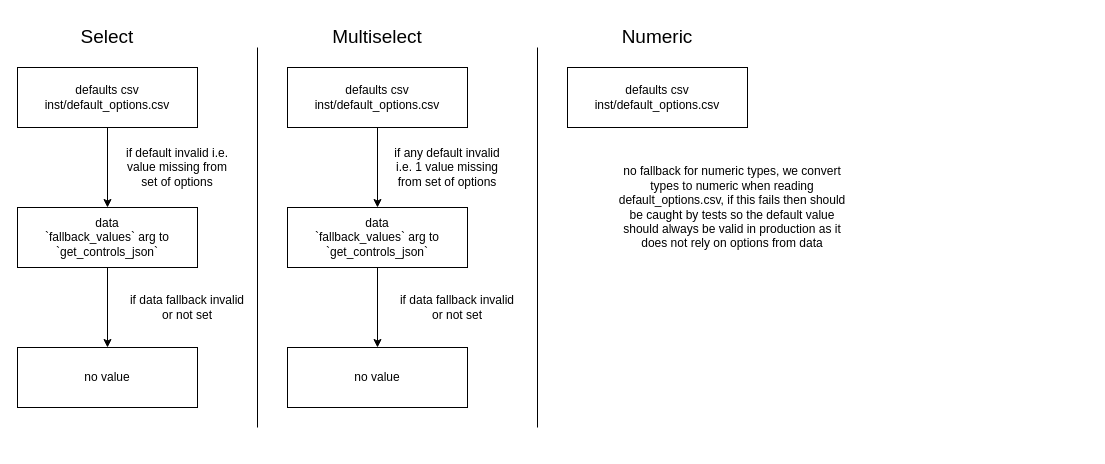
Earlier version of the draw.io diagram diagram/logic.drawio (mrc-ide/naomi.options). Source tidied: cells renumbered, new cells numbered last; positions are measured from the earlier drawing's top-left corner, leaving out a move shared by most shapes. Both pictures are drawn from the tidied source at 100%, with x=0, y=0 at pixel (17, 17).
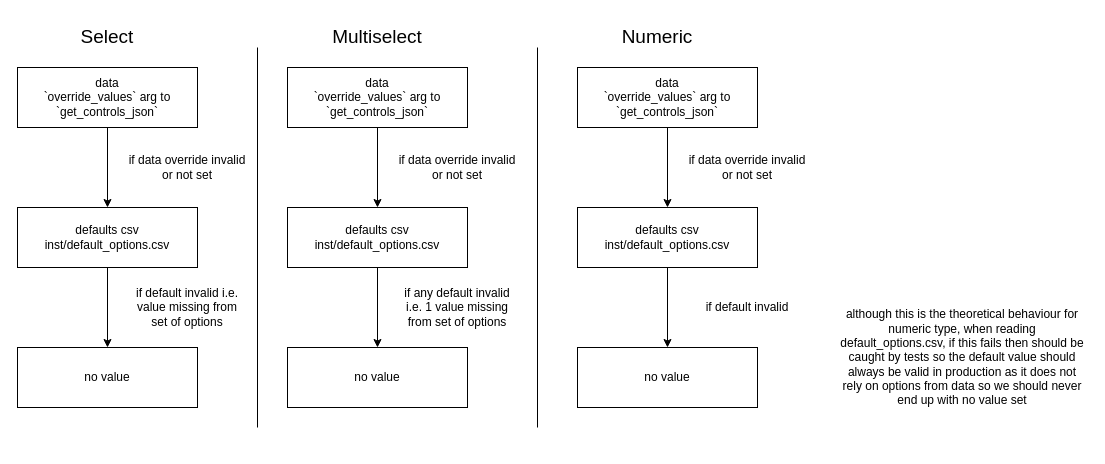
The same diagram, later.

Commit message (it also covers changes not shown here):
Replace fallback_values arg with override_values and have these take priority over hardcoded defaults

Change to the diagram source:
```diff
@@
-    <mxCell id="2" value="defaults csv&lt;br&gt;inst/default_options.csv" style="rounded=0;whiteSpace=wrap;html=1;" parent="1" vertex="1">
+    <mxCell id="2" value="data&lt;br&gt;`override_values` arg to `get_controls_json`" style="rounded=0;whiteSpace=wrap;html=1;" parent="1" vertex="1">
       <mxGeometry y="50" width="180" height="60" as="geometry" />
     </mxCell>
-    <mxCell id="3" value="data&lt;br&gt;`fallback_values` arg to `get_controls_json`" style="rounded=0;whiteSpace=wrap;html=1;" parent="1" vertex="1">
+    <mxCell id="3" value="defaults csv&lt;br&gt;inst/default_options.csv" style="rounded=0;whiteSpace=wrap;html=1;" parent="1" vertex="1">
       <mxGeometry y="190" width="180" height="60" as="geometry" />
     </mxCell>
@@
     <mxCell id="7" value="if default invalid i.e. value missing from set of options" style="text;html=1;strokeColor=none;fillColor=none;align=center;verticalAlign=middle;whiteSpace=wrap;rounded=0;" parent="1" vertex="1">
-      <mxGeometry x="100" y="130" width="120" height="40" as="geometry" />
+      <mxGeometry x="110" y="270" width="120" height="40" as="geometry" />
     </mxCell>
-    <mxCell id="8" value="if data fallback invalid or not set" style="text;html=1;strokeColor=none;fillColor=none;align=center;verticalAlign=middle;whiteSpace=wrap;rounded=0;" parent="1" vertex="1">
-      <mxGeometry x="110" y="270" width="120" height="40" as="geometry" />
+    <mxCell id="8" value="if data override invalid or not set" style="text;html=1;strokeColor=none;fillColor=none;align=center;verticalAlign=middle;whiteSpace=wrap;rounded=0;" parent="1" vertex="1">
+      <mxGeometry x="110" y="130" width="120" height="40" as="geometry" />
     </mxCell>
@@
-    <mxCell id="10" value="defaults csv&lt;br&gt;inst/default_options.csv" style="rounded=0;whiteSpace=wrap;html=1;" parent="1" vertex="1">
+    <mxCell id="10" value="data&lt;br&gt;`override_values` arg to `get_controls_json`" style="rounded=0;whiteSpace=wrap;html=1;" parent="1" vertex="1">
       <mxGeometry x="270" y="50" width="180" height="60" as="geometry" />
     </mxCell>
-    <mxCell id="11" value="data&lt;br&gt;`fallback_values` arg to `get_controls_json`" style="rounded=0;whiteSpace=wrap;html=1;" parent="1" vertex="1">
+    <mxCell id="11" value="defaults csv&lt;br&gt;inst/default_options.csv" style="rounded=0;whiteSpace=wrap;html=1;" parent="1" vertex="1">
       <mxGeometry x="270" y="190" width="180" height="60" as="geometry" />
     </mxCell>
@@
     <mxCell id="15" value="if any default invalid i.e. 1 value missing from set of options" style="text;html=1;strokeColor=none;fillColor=none;align=center;verticalAlign=middle;whiteSpace=wrap;rounded=0;" parent="1" vertex="1">
-      <mxGeometry x="370" y="130" width="120" height="40" as="geometry" />
+      <mxGeometry x="380" y="270" width="120" height="40" as="geometry" />
     </mxCell>
-    <mxCell id="16" value="if data fallback invalid or not set" style="text;html=1;strokeColor=none;fillColor=none;align=center;verticalAlign=middle;whiteSpace=wrap;rounded=0;" parent="1" vertex="1">
-      <mxGeometry x="380" y="270" width="120" height="40" as="geometry" />
+    <mxCell id="16" value="if data override invalid or not set" style="text;html=1;strokeColor=none;fillColor=none;align=center;verticalAlign=middle;whiteSpace=wrap;rounded=0;" parent="1" vertex="1">
+      <mxGeometry x="380" y="130" width="120" height="40" as="geometry" />
     </mxCell>
@@
-    <mxCell id="19" value="defaults csv&lt;br&gt;inst/default_options.csv" style="rounded=0;whiteSpace=wrap;html=1;" parent="1" vertex="1">
-      <mxGeometry x="550" y="50" width="180" height="60" as="geometry" />
-    </mxCell>
@@
-    <mxCell id="22" value="no fallback for numeric types, we convert types to numeric when reading default_options.csv, if this fails then should be caught by tests so the default value should always be valid in production as it does not rely on options from data" style="text;html=1;strokeColor=none;fillColor=none;align=center;verticalAlign=middle;whiteSpace=wrap;rounded=0;" parent="1" vertex="1">
-      <mxGeometry x="595" y="120" width="240" height="140" as="geometry" />
+    <mxCell id="22" value="although this is the theoretical behaviour for numeric type, when reading default_options.csv, if this fails then should be caught by tests so the default value should always be valid in production as it does not rely on options from data so we should never end up with no value set" style="text;html=1;strokeColor=none;fillColor=none;align=center;verticalAlign=middle;whiteSpace=wrap;rounded=0;" parent="1" vertex="1">
+      <mxGeometry x="820" y="250" width="250" height="180" as="geometry" />
     </mxCell>
+    <mxCell id="23" value="data&lt;br&gt;`override_values` arg to `get_controls_json`" style="rounded=0;whiteSpace=wrap;html=1;" parent="1" vertex="1">
+      <mxGeometry x="560" y="50" width="180" height="60" as="geometry" />
+    </mxCell>
+    <mxCell id="19" value="defaults csv&lt;br&gt;inst/default_options.csv" style="rounded=0;whiteSpace=wrap;html=1;" parent="1" vertex="1">
+      <mxGeometry x="560" y="190" width="180" height="60" as="geometry" />
+    </mxCell>
+    <mxCell id="24" value="no value" style="rounded=0;whiteSpace=wrap;html=1;" parent="1" vertex="1">
+      <mxGeometry x="560" y="330" width="180" height="60" as="geometry" />
+    </mxCell>
+    <mxCell id="25" style="endArrow=classic;html=1;exitX=0.5;exitY=1;exitDx=0;exitDy=0;entryX=0.5;entryY=0;entryDx=0;entryDy=0;" parent="1" edge="1" source="23" target="19">
+      <mxGeometry relative="1" as="geometry" />
+    </mxCell>
+    <mxCell id="26" style="endArrow=classic;html=1;exitX=0.5;exitY=1;exitDx=0;exitDy=0;entryX=0.5;entryY=0;entryDx=0;entryDy=0;" parent="1" edge="1" source="19">
+      <mxGeometry relative="1" as="geometry">
+        <mxPoint x="650" y="330" as="targetPoint" />
+      </mxGeometry>
+    </mxCell>
+    <mxCell id="27" value="if default invalid" style="text;html=1;strokeColor=none;fillColor=none;align=center;verticalAlign=middle;whiteSpace=wrap;rounded=0;" parent="1" vertex="1">
+      <mxGeometry x="670" y="270" width="120" height="40" as="geometry" />
+    </mxCell>
+    <mxCell id="28" value="if data override invalid or not set" style="text;html=1;strokeColor=none;fillColor=none;align=center;verticalAlign=middle;whiteSpace=wrap;rounded=0;" parent="1" vertex="1">
+      <mxGeometry x="670" y="130" width="120" height="40" as="geometry" />
+    </mxCell>
```
